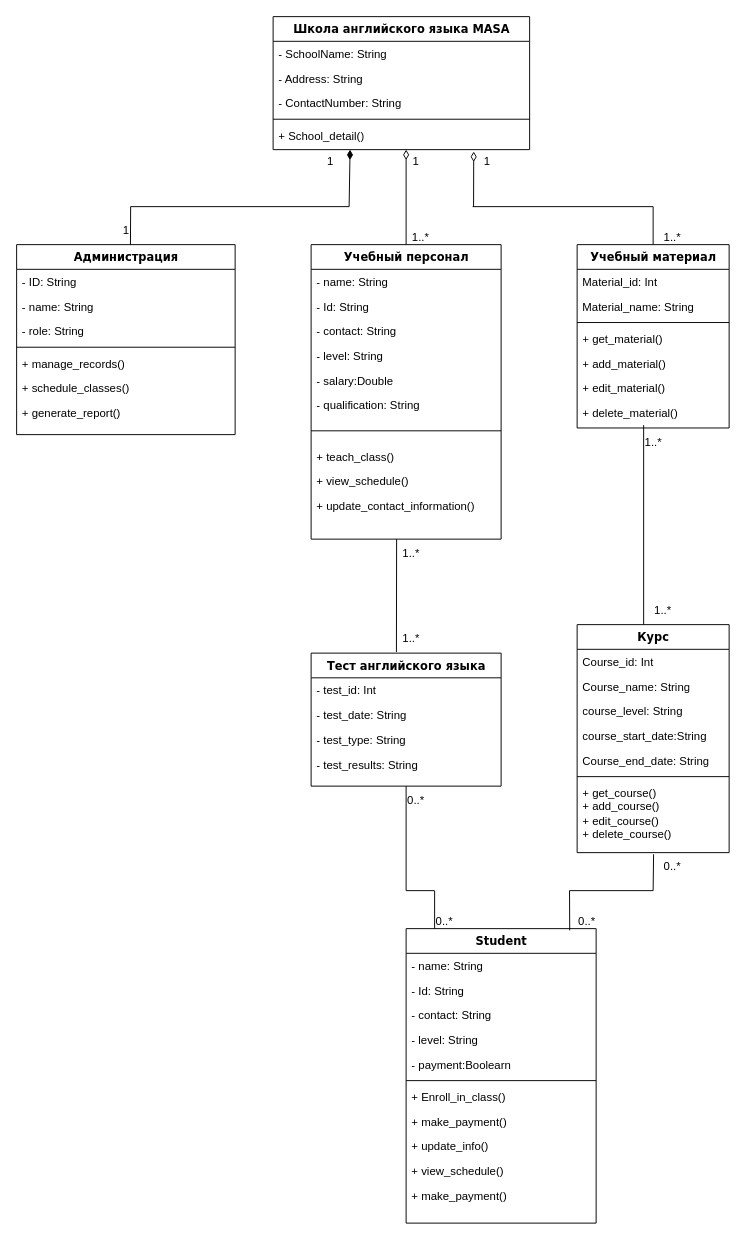
The draw.io diagram Masa_academy_diagram_class.drawio in mati-tech/draw.io, before the edit. Source tidied: cells renumbered, new cells numbered last; positions are measured from the earlier drawing's top-left corner, leaving out a move shared by most shapes. Both pictures are drawn from the tidied source at 95%, with x=0, y=0 at pixel (16, 16).
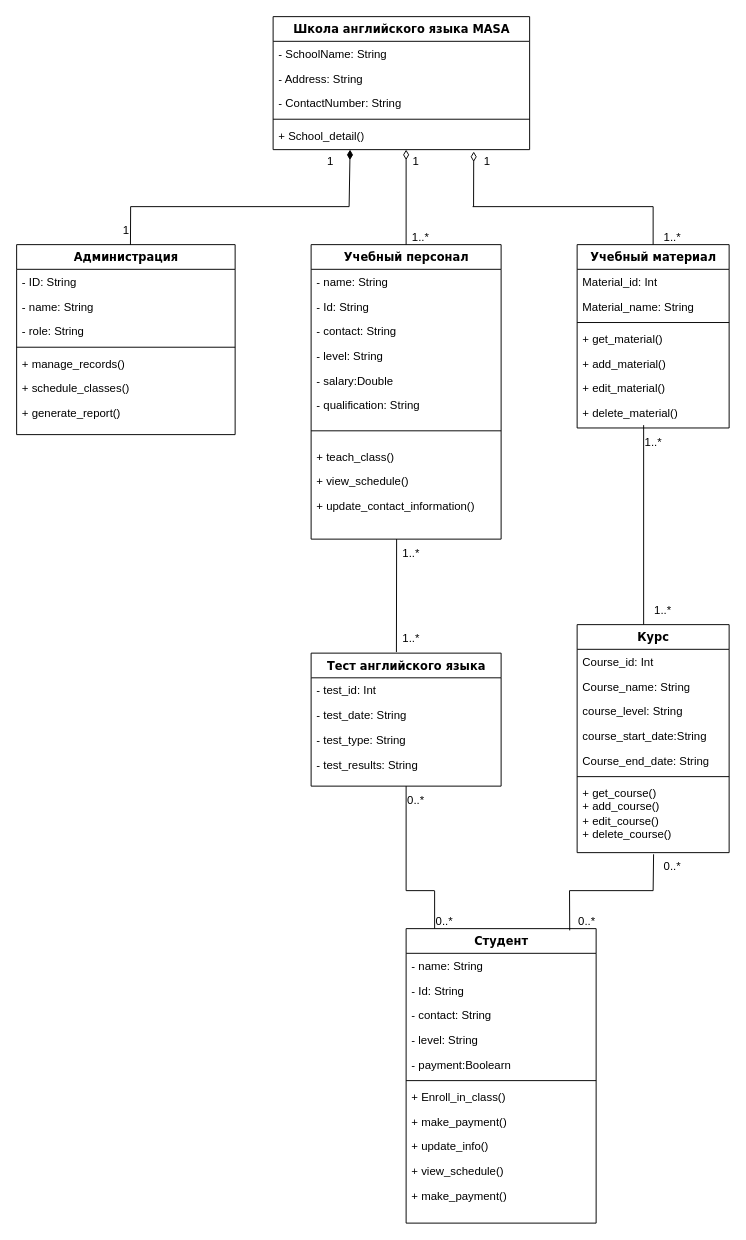
The same page after the edit.

The edit, as a diff of the source:
```diff
@@
-    <mxCell id="2" value="Student" style="swimlane;html=1;fontStyle=1;align=center;verticalAlign=top;horizontal=1;startSize=26;swimlaneFillColor=#ffffff;rounded=0;shadow=0;comic=0;labelBackgroundColor=none;strokeWidth=1;fillColor=none;fontFamily=Verdana;fontSize=12;" parent="1" vertex="1">
+    <mxCell id="2" value="Студент" style="swimlane;html=1;fontStyle=1;align=center;verticalAlign=top;horizontal=1;startSize=26;swimlaneFillColor=#ffffff;rounded=0;shadow=0;comic=0;labelBackgroundColor=none;strokeWidth=1;fillColor=none;fontFamily=Verdana;fontSize=12;" parent="1" vertex="1">
       <mxGeometry x="410" y="960" width="200" height="310" as="geometry" />
     </mxCell>
```
